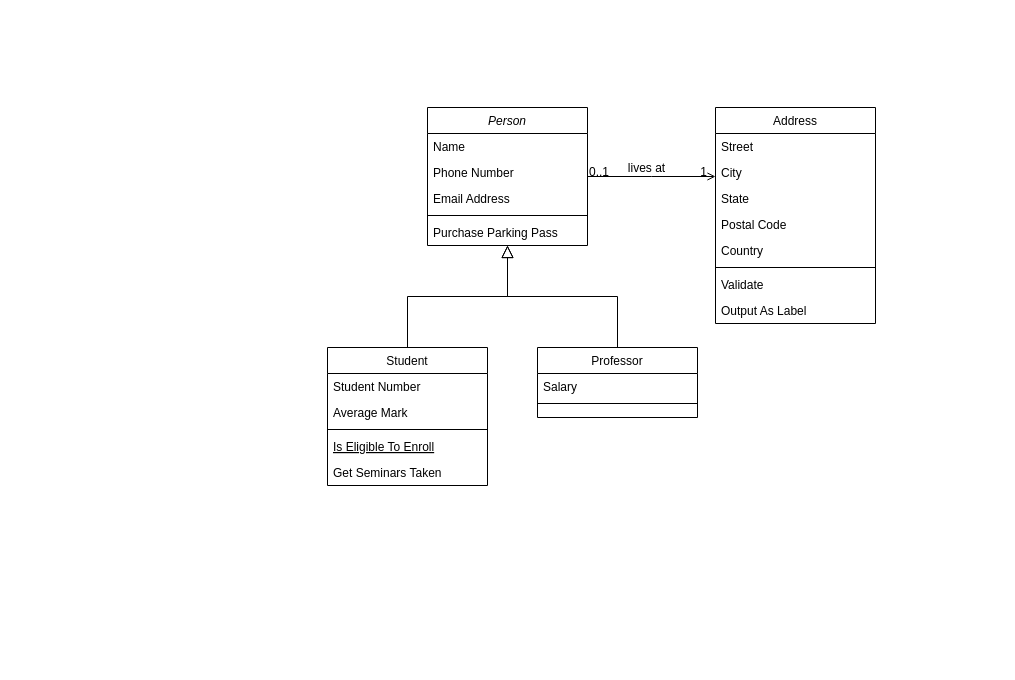
Before: classDiagram.drawio in osenbal/ar.gent-uml, a draw.io diagram. Source tidied: cells renumbered, new cells numbered last; positions are measured from the earlier drawing's top-left corner, leaving out a move shared by most shapes. Both pictures are drawn from the tidied source at 100%, with x=0, y=0 at pixel (327, 107).
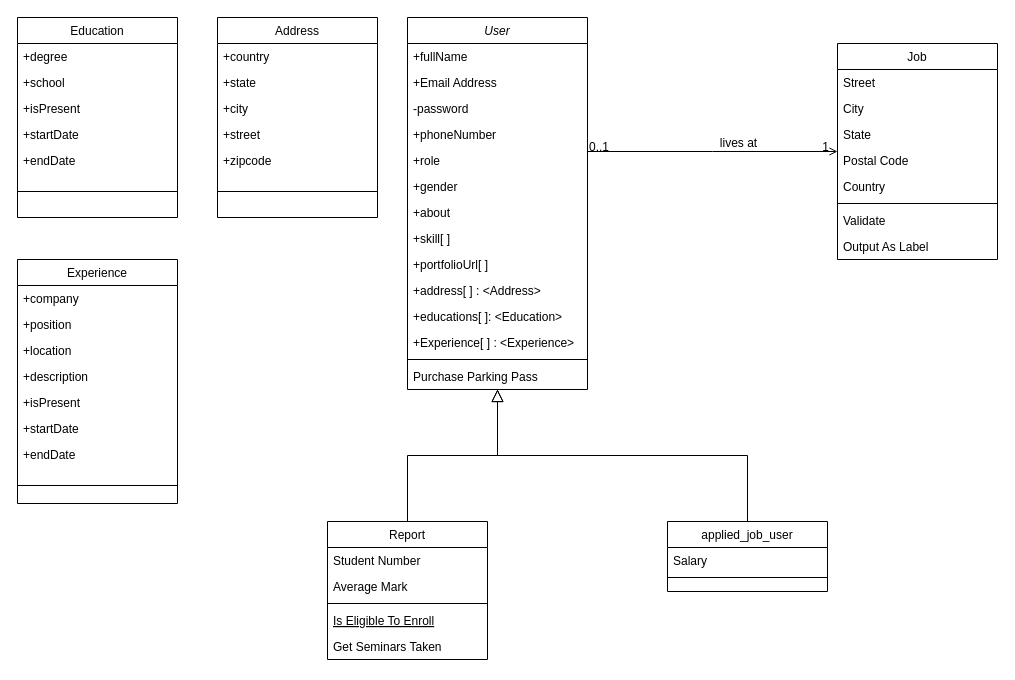
Above is the later version.

What changed in the source:
```diff
@@
-    <mxCell id="2" value="Person" style="swimlane;fontStyle=2;align=center;verticalAlign=top;horizontal=1;startSize=26;rounded=0;shadow=0;strokeWidth=1;" parent="1" vertex="1">
-      <mxGeometry x="100" width="160" height="138" as="geometry" />
+    <mxCell id="2" value="User" style="swimlane;fontStyle=2;align=center;verticalAlign=top;horizontal=1;startSize=26;rounded=0;shadow=0;strokeWidth=1;" parent="1" vertex="1">
+      <mxGeometry x="80" y="-90" width="180" height="372" as="geometry" />
     </mxCell>
-    <mxCell id="3" value="Name" style="text;align=left;verticalAlign=top;spacingLeft=4;spacingRight=4;overflow=hidden;" parent="2" vertex="1">
-      <mxGeometry y="26" width="160" height="26" as="geometry" />
+    <mxCell id="3" value="+fullName" style="text;align=left;verticalAlign=top;spacingLeft=4;spacingRight=4;overflow=hidden;" parent="2" vertex="1">
+      <mxGeometry y="26" width="180" height="26" as="geometry" />
     </mxCell>
+    <mxCell id="5" value="+Email Address" style="text;align=left;verticalAlign=top;spacingLeft=4;spacingRight=4;overflow=hidden;rounded=0;shadow=0;html=0;" parent="2" vertex="1">
+      <mxGeometry y="52" width="180" height="26" as="geometry" />
+    </mxCell>
-    <mxCell id="4" value="Phone Number" style="text;align=left;verticalAlign=top;spacingLeft=4;spacingRight=4;overflow=hidden;rounded=0;shadow=0;html=0;" parent="2" vertex="1">
-      <mxGeometry y="52" width="160" height="26" as="geometry" />
+    <mxCell id="4" value="-password" style="text;align=left;verticalAlign=top;spacingLeft=4;spacingRight=4;overflow=hidden;rounded=0;shadow=0;html=0;" parent="2" vertex="1">
+      <mxGeometry y="78" width="180" height="26" as="geometry" />
     </mxCell>
-    <mxCell id="5" value="Email Address" style="text;align=left;verticalAlign=top;spacingLeft=4;spacingRight=4;overflow=hidden;rounded=0;shadow=0;html=0;" parent="2" vertex="1">
-      <mxGeometry y="78" width="160" height="26" as="geometry" />
-    </mxCell>
+    <mxCell id="32" value="+phoneNumber" style="text;align=left;verticalAlign=top;spacingLeft=4;spacingRight=4;overflow=hidden;rounded=0;shadow=0;html=0;" parent="2" vertex="1">
+      <mxGeometry y="104" width="180" height="26" as="geometry" />
+    </mxCell>
+    <mxCell id="33" value="+role" style="text;align=left;verticalAlign=top;spacingLeft=4;spacingRight=4;overflow=hidden;rounded=0;shadow=0;html=0;" parent="2" vertex="1">
+      <mxGeometry y="130" width="180" height="26" as="geometry" />
+    </mxCell>
+    <mxCell id="34" value="+gender" style="text;align=left;verticalAlign=top;spacingLeft=4;spacingRight=4;overflow=hidden;rounded=0;shadow=0;html=0;" parent="2" vertex="1">
+      <mxGeometry y="156" width="180" height="26" as="geometry" />
+    </mxCell>
+    <mxCell id="35" value="+about" style="text;align=left;verticalAlign=top;spacingLeft=4;spacingRight=4;overflow=hidden;rounded=0;shadow=0;html=0;" parent="2" vertex="1">
+      <mxGeometry y="182" width="180" height="26" as="geometry" />
+    </mxCell>
+    <mxCell id="36" value="+skill[ ]" style="text;align=left;verticalAlign=top;spacingLeft=4;spacingRight=4;overflow=hidden;rounded=0;shadow=0;html=0;" parent="2" vertex="1">
+      <mxGeometry y="208" width="180" height="26" as="geometry" />
+    </mxCell>
+    <mxCell id="37" value="+portfolioUrl[ ]" style="text;align=left;verticalAlign=top;spacingLeft=4;spacingRight=4;overflow=hidden;rounded=0;shadow=0;html=0;" parent="2" vertex="1">
+      <mxGeometry y="234" width="180" height="26" as="geometry" />
+    </mxCell>
+    <mxCell id="38" value="+address[ ] : &lt;Address&gt;" style="text;align=left;verticalAlign=top;spacingLeft=4;spacingRight=4;overflow=hidden;rounded=0;shadow=0;html=0;" parent="2" vertex="1">
+      <mxGeometry y="260" width="180" height="26" as="geometry" />
+    </mxCell>
+    <mxCell id="39" value="+educations[ ]: &lt;Education&gt;" style="text;align=left;verticalAlign=top;spacingLeft=4;spacingRight=4;overflow=hidden;rounded=0;shadow=0;html=0;" parent="2" vertex="1">
+      <mxGeometry y="286" width="180" height="26" as="geometry" />
+    </mxCell>
+    <mxCell id="40" value="+Experience[ ] : &lt;Experience&gt;" style="text;align=left;verticalAlign=top;spacingLeft=4;spacingRight=4;overflow=hidden;rounded=0;shadow=0;html=0;" parent="2" vertex="1">
+      <mxGeometry y="312" width="180" height="26" as="geometry" />
+    </mxCell>
     <mxCell id="6" style="line;html=1;strokeWidth=1;align=left;verticalAlign=middle;spacingTop=-1;spacingLeft=3;spacingRight=3;labelPosition=right;" parent="2" vertex="1">
-      <mxGeometry y="104" width="160" height="8" as="geometry" />
+      <mxGeometry y="338" width="180" height="8" as="geometry" />
     </mxCell>
     <mxCell id="7" value="Purchase Parking Pass" style="text;align=left;verticalAlign=top;spacingLeft=4;spacingRight=4;overflow=hidden;" parent="2" vertex="1">
-      <mxGeometry y="112" width="160" height="26" as="geometry" />
+      <mxGeometry y="346" width="180" height="26" as="geometry" />
     </mxCell>
-    <mxCell id="8" value="Student" style="swimlane;fontStyle=0;align=center;verticalAlign=top;horizontal=1;startSize=26;rounded=0;shadow=0;strokeWidth=1;" parent="1" vertex="1">
-      <mxGeometry y="240" width="160" height="138" as="geometry" />
+    <mxCell id="8" value="Report" style="swimlane;fontStyle=0;align=center;verticalAlign=top;horizontal=1;startSize=26;rounded=0;shadow=0;strokeWidth=1;" parent="1" vertex="1">
+      <mxGeometry y="414" width="160" height="138" as="geometry" />
     </mxCell>
@@
-    <mxCell id="15" value="Professor" style="swimlane;fontStyle=0;align=center;verticalAlign=top;horizontal=1;startSize=26;rounded=0;shadow=0;strokeWidth=1;" parent="1" vertex="1">
-      <mxGeometry x="210" y="240" width="160" height="70" as="geometry" />
+    <mxCell id="15" value="applied_job_user" style="swimlane;fontStyle=0;align=center;verticalAlign=top;horizontal=1;startSize=26;rounded=0;shadow=0;strokeWidth=1;" parent="1" vertex="1">
+      <mxGeometry x="340" y="414" width="160" height="70" as="geometry" />
     </mxCell>
@@
-    <mxCell id="19" value="Address" style="swimlane;fontStyle=0;align=center;verticalAlign=top;horizontal=1;startSize=26;rounded=0;shadow=0;strokeWidth=1;" parent="1" vertex="1">
-      <mxGeometry x="388" width="160" height="216" as="geometry" />
+    <mxCell id="19" value="Job" style="swimlane;fontStyle=0;align=center;verticalAlign=top;horizontal=1;startSize=26;rounded=0;shadow=0;strokeWidth=1;" parent="1" vertex="1">
+      <mxGeometry x="510" y="-64" width="160" height="216" as="geometry" />
     </mxCell>
@@
+    <mxCell id="41" value="Address" style="swimlane;fontStyle=0;align=center;verticalAlign=top;horizontal=1;startSize=26;rounded=0;shadow=0;strokeWidth=1;" parent="1" vertex="1">
+      <mxGeometry x="-110" y="-90" width="160" height="200" as="geometry" />
+    </mxCell>
+    <mxCell id="42" value="+country" style="text;align=left;verticalAlign=top;spacingLeft=4;spacingRight=4;overflow=hidden;" parent="41" vertex="1">
+      <mxGeometry y="26" width="160" height="26" as="geometry" />
+    </mxCell>
+    <mxCell id="43" value="+state" style="text;align=left;verticalAlign=top;spacingLeft=4;spacingRight=4;overflow=hidden;" parent="41" vertex="1">
+      <mxGeometry y="52" width="160" height="26" as="geometry" />
+    </mxCell>
+    <mxCell id="44" value="+city" style="text;align=left;verticalAlign=top;spacingLeft=4;spacingRight=4;overflow=hidden;" parent="41" vertex="1">
+      <mxGeometry y="78" width="160" height="26" as="geometry" />
+    </mxCell>
+    <mxCell id="45" value="+street" style="text;align=left;verticalAlign=top;spacingLeft=4;spacingRight=4;overflow=hidden;" parent="41" vertex="1">
+      <mxGeometry y="104" width="160" height="26" as="geometry" />
+    </mxCell>
+    <mxCell id="46" value="+zipcode" style="text;align=left;verticalAlign=top;spacingLeft=4;spacingRight=4;overflow=hidden;" parent="41" vertex="1">
+      <mxGeometry y="130" width="160" height="26" as="geometry" />
+    </mxCell>
+    <mxCell id="47" style="line;html=1;strokeWidth=1;align=left;verticalAlign=middle;spacingTop=-1;spacingLeft=3;spacingRight=3;labelPosition=right;" parent="41" vertex="1">
+      <mxGeometry y="156" width="160" height="36" as="geometry" />
+    </mxCell>
+    <mxCell id="48" value="Education" style="swimlane;fontStyle=0;align=center;verticalAlign=top;horizontal=1;startSize=26;rounded=0;shadow=0;strokeWidth=1;" parent="1" vertex="1">
+      <mxGeometry x="-310" y="-90" width="160" height="200" as="geometry" />
+    </mxCell>
+    <mxCell id="49" value="+degree" style="text;align=left;verticalAlign=top;spacingLeft=4;spacingRight=4;overflow=hidden;" parent="48" vertex="1">
+      <mxGeometry y="26" width="160" height="26" as="geometry" />
+    </mxCell>
+    <mxCell id="50" value="+school" style="text;align=left;verticalAlign=top;spacingLeft=4;spacingRight=4;overflow=hidden;" parent="48" vertex="1">
+      <mxGeometry y="52" width="160" height="26" as="geometry" />
+    </mxCell>
+    <mxCell id="51" value="+isPresent" style="text;align=left;verticalAlign=top;spacingLeft=4;spacingRight=4;overflow=hidden;" parent="48" vertex="1">
+      <mxGeometry y="78" width="160" height="26" as="geometry" />
+    </mxCell>
+    <mxCell id="52" value="+startDate" style="text;align=left;verticalAlign=top;spacingLeft=4;spacingRight=4;overflow=hidden;" parent="48" vertex="1">
+      <mxGeometry y="104" width="160" height="26" as="geometry" />
+    </mxCell>
+    <mxCell id="53" value="+endDate" style="text;align=left;verticalAlign=top;spacingLeft=4;spacingRight=4;overflow=hidden;" parent="48" vertex="1">
+      <mxGeometry y="130" width="160" height="26" as="geometry" />
+    </mxCell>
+    <mxCell id="54" style="line;html=1;strokeWidth=1;align=left;verticalAlign=middle;spacingTop=-1;spacingLeft=3;spacingRight=3;labelPosition=right;" parent="48" vertex="1">
+      <mxGeometry y="156" width="160" height="36" as="geometry" />
+    </mxCell>
+    <mxCell id="55" value="Experience" style="swimlane;fontStyle=0;align=center;verticalAlign=top;horizontal=1;startSize=26;rounded=0;shadow=0;strokeWidth=1;" parent="1" vertex="1">
+      <mxGeometry x="-310" y="152" width="160" height="244" as="geometry" />
+    </mxCell>
+    <mxCell id="56" value="+company" style="text;align=left;verticalAlign=top;spacingLeft=4;spacingRight=4;overflow=hidden;" parent="55" vertex="1">
+      <mxGeometry y="26" width="160" height="26" as="geometry" />
+    </mxCell>
+    <mxCell id="57" value="+position" style="text;align=left;verticalAlign=top;spacingLeft=4;spacingRight=4;overflow=hidden;" parent="55" vertex="1">
+      <mxGeometry y="52" width="160" height="26" as="geometry" />
+    </mxCell>
+    <mxCell id="58" value="+location" style="text;align=left;verticalAlign=top;spacingLeft=4;spacingRight=4;overflow=hidden;" parent="55" vertex="1">
+      <mxGeometry y="78" width="160" height="26" as="geometry" />
+    </mxCell>
+    <mxCell id="59" value="+description" style="text;align=left;verticalAlign=top;spacingLeft=4;spacingRight=4;overflow=hidden;" parent="55" vertex="1">
+      <mxGeometry y="104" width="160" height="26" as="geometry" />
+    </mxCell>
+    <mxCell id="60" value="+isPresent" style="text;align=left;verticalAlign=top;spacingLeft=4;spacingRight=4;overflow=hidden;" parent="55" vertex="1">
+      <mxGeometry y="130" width="160" height="26" as="geometry" />
+    </mxCell>
+    <mxCell id="61" value="+startDate" style="text;align=left;verticalAlign=top;spacingLeft=4;spacingRight=4;overflow=hidden;" parent="55" vertex="1">
+      <mxGeometry y="156" width="160" height="26" as="geometry" />
+    </mxCell>
+    <mxCell id="62" value="+endDate" style="text;align=left;verticalAlign=top;spacingLeft=4;spacingRight=4;overflow=hidden;" parent="55" vertex="1">
+      <mxGeometry y="182" width="160" height="26" as="geometry" />
+    </mxCell>
+    <mxCell id="63" style="line;html=1;strokeWidth=1;align=left;verticalAlign=middle;spacingTop=-1;spacingLeft=3;spacingRight=3;labelPosition=right;" parent="55" vertex="1">
+      <mxGeometry y="208" width="160" height="36" as="geometry" />
+    </mxCell>
```
